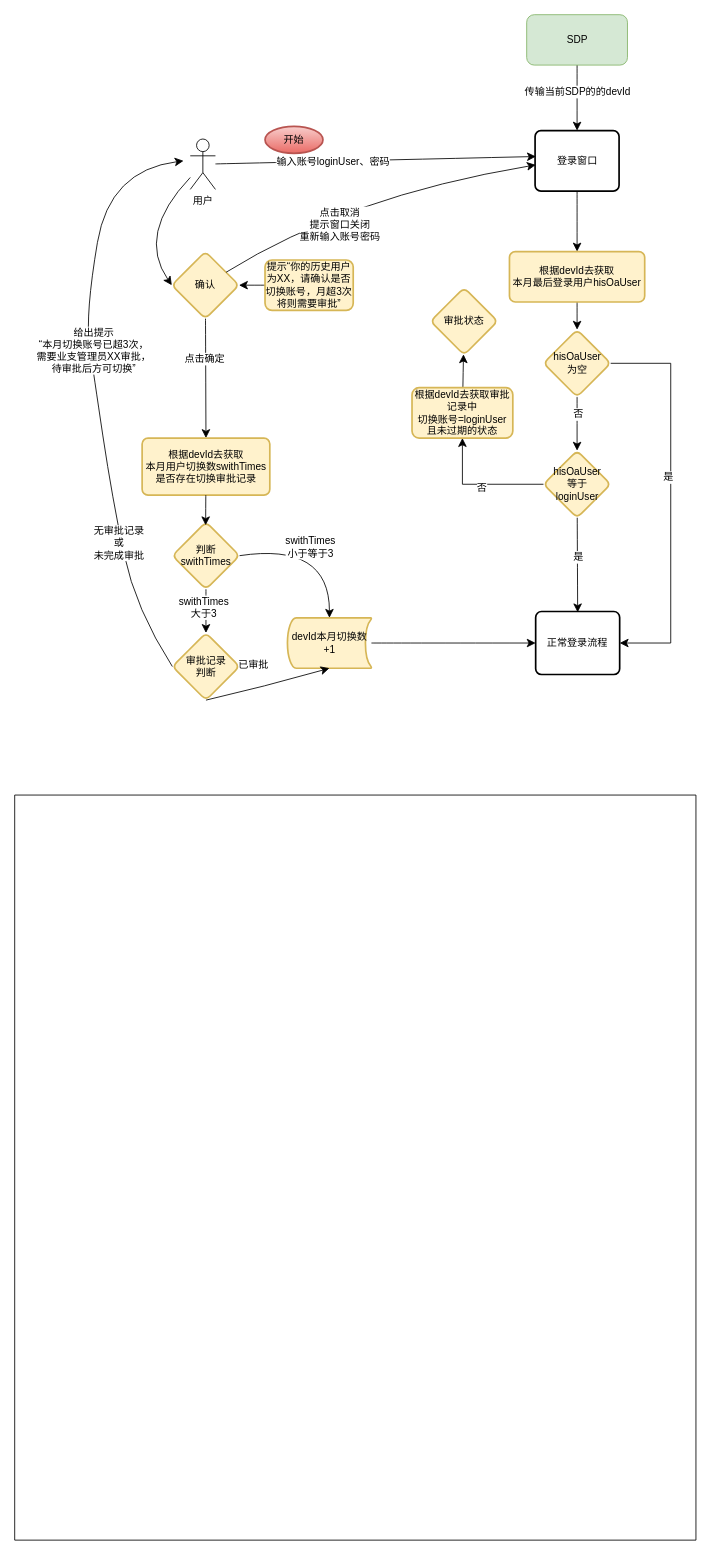
158698706/tt4a keeps this draw.io diagram as page "SDP结合登录流程图-2" (16 of 18) of 系统功能流程图/铁塔4A2024.drawio. Above is the earlier version. Source tidied: cells renumbered, new cells numbered last; positions are measured from the earlier drawing's top-left corner, leaving out a move shared by most shapes. Both pictures are drawn from the tidied source at 84%, with x=0, y=0 at pixel (14, 14).
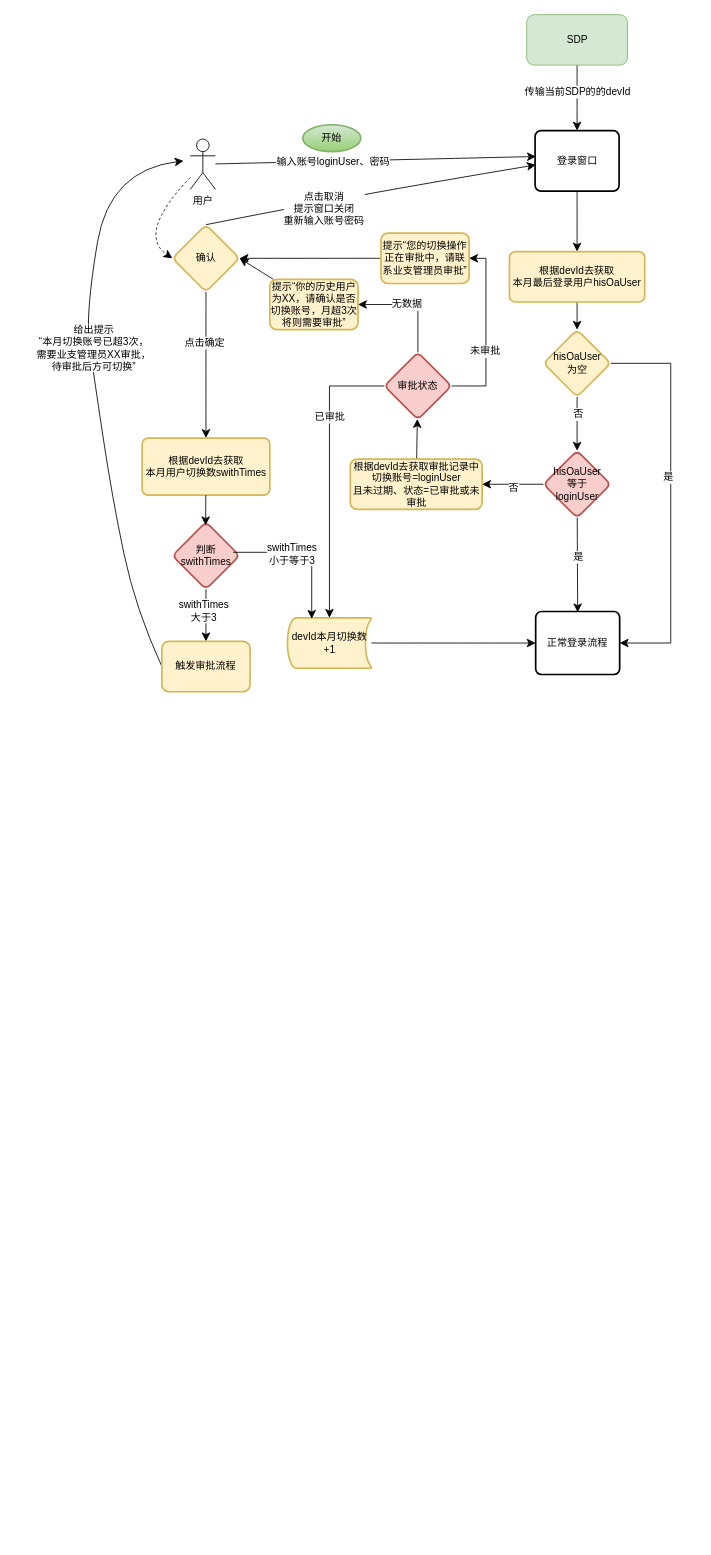
The same diagram, later.

The change refers to these unchanged cells:
```xml
<mxCell id="4" value="用户" style="shape=umlActor;verticalLabelPosition=bottom;verticalAlign=top;html=1;" parent="1" vertex="1">
  <mxGeometry x="209" y="148" width="30" height="60" as="geometry" />
</mxCell>
<mxCell id="6" value="登录窗口" style="rounded=1;whiteSpace=wrap;html=1;absoluteArcSize=1;arcSize=14;strokeWidth=2;" parent="1" vertex="1">
  <mxGeometry x="619.5" y="138" width="100" height="72" as="geometry" />
</mxCell>
<mxCell id="27" value="devId本月切换数&lt;div&gt;+1&lt;/div&gt;" style="strokeWidth=2;html=1;shape=mxgraph.flowchart.stored_data;whiteSpace=wrap;fillColor=#fff2cc;strokeColor=#d6b656;" parent="1" vertex="1">
  <mxGeometry x="324.7" y="718" width="100" height="60" as="geometry" />
</mxCell>
```

What changed in the source:
```diff
@@
-    <mxCell id="2" style="verticalLabelPosition=bottom;verticalAlign=top;html=1;shape=mxgraph.basic.rect;fillColor2=none;strokeWidth=1;size=20;indent=5;strokeColor=default;" parent="1" vertex="1">
-      <mxGeometry y="929" width="811" height="887" as="geometry" />
-    </mxCell>
-    <mxCell id="3" style="edgeStyle=none;curved=1;rounded=0;jettySize=auto;html=1;fontSize=12;startSize=8;endSize=8;entryX=0;entryY=0.5;entryDx=0;entryDy=0;" parent="1" edge="1" source="4" target="23">
+    <mxCell id="3" style="edgeStyle=none;curved=1;rounded=0;jettySize=auto;html=1;fontSize=12;startSize=8;endSize=8;entryX=0;entryY=0.5;entryDx=0;entryDy=0;dashed=1;" parent="1" edge="1" source="4" target="23">
       <mxGeometry relative="1" as="geometry">
         <Array as="points">
           <mxPoint x="145" y="261" />
         </Array>
       </mxGeometry>
     </mxCell>
@@
-    <mxCell id="18" value="&lt;span style=&quot;text-wrap: nowrap;&quot;&gt;hisOaUser&lt;/span&gt;&lt;span style=&quot;text-wrap: nowrap; background-color: transparent;&quot;&gt;等于&lt;/span&gt;&lt;div&gt;&lt;span style=&quot;text-wrap: nowrap; background-color: transparent;&quot;&gt;loginUser&lt;/span&gt;&lt;/div&gt;" style="rhombus;whiteSpace=wrap;html=1;rounded=1;arcSize=14;strokeWidth=2;fillColor=#fff2cc;strokeColor=#d6b656;" parent="1" vertex="1">
+    <mxCell id="18" value="&lt;span style=&quot;text-wrap: nowrap;&quot;&gt;hisOaUser&lt;/span&gt;&lt;span style=&quot;text-wrap: nowrap; background-color: transparent;&quot;&gt;等于&lt;/span&gt;&lt;div&gt;&lt;span style=&quot;text-wrap: nowrap; background-color: transparent;&quot;&gt;loginUser&lt;/span&gt;&lt;/div&gt;" style="rhombus;whiteSpace=wrap;html=1;rounded=1;arcSize=14;strokeWidth=2;fillColor=#f8cecc;strokeColor=#b85450;" parent="1" vertex="1">
       <mxGeometry x="629.5" y="519" width="80" height="80" as="geometry" />
     </mxCell>
@@
     <mxCell id="20" value="提示“你的历史用户为XX，请确认是否切换账号，月超3次将则需要审批”" style="whiteSpace=wrap;html=1;rounded=1;arcSize=14;strokeWidth=2;fillColor=#fff2cc;strokeColor=#d6b656;" parent="1" vertex="1">
-      <mxGeometry x="298" y="292" width="105" height="60" as="geometry" />
+      <mxGeometry x="303.7" y="315" width="105" height="60" as="geometry" />
     </mxCell>
@@
     <mxCell id="23" value="确认" style="rhombus;whiteSpace=wrap;html=1;rounded=1;arcSize=14;strokeWidth=2;fillColor=#fff2cc;strokeColor=#d6b656;" parent="1" vertex="1">
-      <mxGeometry x="187" y="282" width="80" height="80" as="geometry" />
+      <mxGeometry x="187.7" y="250" width="80" height="80" as="geometry" />
     </mxCell>
-    <mxCell id="24" style="edgeStyle=none;curved=1;rounded=0;jettySize=auto;html=1;entryX=0.008;entryY=0.567;entryDx=0;entryDy=0;entryPerimeter=0;fontSize=12;startSize=8;endSize=8;" parent="1" edge="1" source="23" target="6">
+    <mxCell id="24" style="edgeStyle=none;curved=1;rounded=0;jettySize=auto;html=1;entryX=0.008;entryY=0.567;entryDx=0;entryDy=0;entryPerimeter=0;fontSize=12;startSize=8;endSize=8;exitX=0.5;exitY=0;exitDx=0;exitDy=0;" parent="1" edge="1" source="23" target="6">
       <mxGeometry relative="1" as="geometry">
         <Array as="points">
           <mxPoint x="397" y="216" />
         </Array>
       </mxGeometry>
     </mxCell>
     <mxCell id="25" value="点击取消&lt;div&gt;提示窗口关闭&lt;div&gt;&lt;div&gt;重新输入账号密码&lt;/div&gt;&lt;/div&gt;&lt;/div&gt;" style="edgeLabel;html=1;align=center;verticalAlign=middle;fontSize=12;" parent="24" vertex="1">
       <mxGeometry x="-0.35" y="-20" relative="1" as="geometry">
-        <mxPoint x="15" y="-6" as="offset" />
+        <mxPoint x="8" y="-14" as="offset" />
       </mxGeometry>
     </mxCell>
@@
-    <mxCell id="29" style="edgeStyle=none;curved=1;rounded=0;jettySize=auto;html=1;fontSize=12;startSize=8;endSize=8;exitX=0;exitY=0.5;exitDx=0;exitDy=0;" parent="1" edge="1" source="40">
+    <mxCell id="29" style="edgeStyle=none;curved=1;rounded=0;jettySize=auto;html=1;fontSize=12;startSize=8;endSize=8;exitX=0;exitY=0.5;exitDx=0;exitDy=0;" parent="1" edge="1" source="59">
       <mxGeometry relative="1" as="geometry">
         <mxPoint x="201" y="174" as="targetPoint" />
         <Array as="points">
           <mxPoint x="144" y="708" />
           <mxPoint x="116" y="575" />
           <mxPoint x="94" y="428" />
           <mxPoint x="84" y="357" />
           <mxPoint x="113" y="185" />
         </Array>
       </mxGeometry>
     </mxCell>
@@
-    <mxCell id="31" value="无审批记录&lt;div&gt;或&lt;/div&gt;&lt;div&gt;未完成审批&lt;/div&gt;" style="edgeLabel;html=1;align=center;verticalAlign=middle;fontSize=12;" parent="29" vertex="1">
-      <mxGeometry x="-0.65" y="-4" relative="1" as="geometry">
-        <mxPoint x="-16" y="-37" as="offset" />
-      </mxGeometry>
-    </mxCell>
-    <mxCell id="32" style="edgeStyle=none;curved=1;rounded=0;jettySize=auto;html=1;fontSize=12;startSize=8;endSize=8;" parent="1" edge="1" source="35" target="40">
+    <mxCell id="32" style="edgeStyle=none;curved=1;rounded=0;jettySize=auto;html=1;fontSize=12;startSize=8;endSize=8;entryX=0.5;entryY=0;entryDx=0;entryDy=0;" parent="1" edge="1" source="35" target="59">
       <mxGeometry relative="1" as="geometry" />
     </mxCell>
@@
-    <mxCell id="35" value="判断swithTimes" style="rhombus;whiteSpace=wrap;html=1;rounded=1;arcSize=14;strokeWidth=2;fillColor=#fff2cc;strokeColor=#d6b656;" parent="1" vertex="1">
+    <mxCell id="35" value="判断swithTimes" style="rhombus;whiteSpace=wrap;html=1;rounded=1;arcSize=14;strokeWidth=2;fillColor=#f8cecc;strokeColor=#b85450;" parent="1" vertex="1">
       <mxGeometry x="187.7" y="604" width="80" height="80" as="geometry" />
     </mxCell>
-    <mxCell id="36" style="edgeStyle=none;curved=1;rounded=0;jettySize=auto;html=1;fontSize=12;startSize=8;endSize=8;exitX=1;exitY=0.5;exitDx=0;exitDy=0;entryX=0.5;entryY=0;entryDx=0;entryDy=0;entryPerimeter=0;" parent="1" edge="1" source="35" target="27">
-      <mxGeometry relative="1" as="geometry">
-        <Array as="points">
-          <mxPoint x="374.7" y="628" />
-        </Array>
-      </mxGeometry>
+    <mxCell id="36" style="rounded=0;jettySize=auto;html=1;fontSize=12;startSize=8;endSize=8;exitX=0.904;exitY=0.45;exitDx=0;exitDy=0;entryX=0.289;entryY=0.02;entryDx=0;entryDy=0;entryPerimeter=0;exitPerimeter=0;edgeStyle=orthogonalEdgeStyle;" parent="1" edge="1" source="35" target="27">
+      <mxGeometry relative="1" as="geometry" />
     </mxCell>
     <mxCell id="37" value="&lt;span style=&quot;text-wrap: wrap;&quot;&gt;swithTimes&lt;/span&gt;&lt;div&gt;&lt;span style=&quot;text-wrap: wrap;&quot;&gt;小于等于3&lt;/span&gt;&lt;/div&gt;" style="edgeLabel;html=1;align=center;verticalAlign=middle;fontSize=12;" parent="36" vertex="1">
-      <mxGeometry x="-0.15" y="-2" relative="1" as="geometry" />
+      <mxGeometry x="-0.15" y="-2" relative="1" as="geometry">
+        <mxPoint x="-4" y="-1" as="offset" />
+      </mxGeometry>
     </mxCell>
-    <mxCell id="38" value="根据devId去获取&lt;div&gt;&lt;span style=&quot;background-color: transparent;&quot;&gt;本月用户切换数swithTimes&lt;/span&gt;&lt;br&gt;&lt;/div&gt;&lt;div&gt;&lt;span style=&quot;background-color: transparent;&quot;&gt;是否存在切换审批记录&lt;/span&gt;&lt;/div&gt;" style="rounded=1;whiteSpace=wrap;html=1;absoluteArcSize=1;arcSize=14;strokeWidth=2;fillColor=#fff2cc;strokeColor=#d6b656;" parent="1" vertex="1">
+    <mxCell id="38" value="根据devId去获取&lt;div&gt;&lt;span style=&quot;background-color: transparent;&quot;&gt;本月用户切换数swithTimes&lt;/span&gt;&lt;/div&gt;" style="rounded=1;whiteSpace=wrap;html=1;absoluteArcSize=1;arcSize=14;strokeWidth=2;fillColor=#fff2cc;strokeColor=#d6b656;" parent="1" vertex="1">
       <mxGeometry x="151.7" y="504" width="152" height="68" as="geometry" />
     </mxCell>
@@
-    <mxCell id="40" value="&lt;div&gt;审批记录&lt;/div&gt;&lt;div&gt;判断&lt;/div&gt;" style="rhombus;whiteSpace=wrap;html=1;rounded=1;arcSize=14;strokeWidth=2;fillColor=#fff2cc;strokeColor=#d6b656;" parent="1" vertex="1">
-      <mxGeometry x="187.7" y="736" width="80" height="80" as="geometry" />
-    </mxCell>
-    <mxCell id="41" style="edgeStyle=none;curved=1;rounded=0;jettySize=auto;html=1;entryX=0.5;entryY=1;entryDx=0;entryDy=0;entryPerimeter=0;fontSize=12;startSize=8;endSize=8;exitX=0.5;exitY=1;exitDx=0;exitDy=0;" parent="1" edge="1" source="40" target="27">
-      <mxGeometry relative="1" as="geometry">
-        <Array as="points">
-          <mxPoint x="297" y="800" />
-        </Array>
-      </mxGeometry>
-    </mxCell>
-    <mxCell id="42" value="已审批" style="edgeLabel;html=1;align=center;verticalAlign=middle;fontSize=12;" parent="41" vertex="1">
-      <mxGeometry x="-0.25" relative="1" as="geometry">
-        <mxPoint y="-30" as="offset" />
-      </mxGeometry>
-    </mxCell>
-    <mxCell id="43" value="开始" style="strokeWidth=2;html=1;shape=mxgraph.flowchart.start_1;whiteSpace=wrap;fillColor=#f8cecc;strokeColor=#b85450;gradientColor=#ea6b66;" parent="1" vertex="1">
-      <mxGeometry x="298" y="133" width="69" height="32" as="geometry" />
+    <mxCell id="43" value="开始" style="strokeWidth=2;html=1;shape=mxgraph.flowchart.start_1;whiteSpace=wrap;fillColor=#d5e8d4;strokeColor=#82b366;gradientColor=#97d077;" parent="1" vertex="1">
+      <mxGeometry x="343" y="131" width="69" height="32" as="geometry" />
     </mxCell>
@@
-    <mxCell id="45" value="根据devId去获取审批记录中&lt;div&gt;&lt;span style=&quot;background-color: transparent;&quot;&gt;切换账号=loginUser&lt;/span&gt;&lt;/div&gt;&lt;div&gt;且未过期的状态&lt;/div&gt;" style="whiteSpace=wrap;html=1;fillColor=#fff2cc;strokeColor=#d6b656;rounded=1;arcSize=14;strokeWidth=2;" parent="1" vertex="1">
-      <mxGeometry x="473" y="444" width="120" height="60" as="geometry" />
+    <mxCell id="45" value="根据devId去获取审批记录中&lt;div&gt;&lt;span style=&quot;background-color: transparent;&quot;&gt;切换账号=loginUser&lt;/span&gt;&lt;/div&gt;&lt;div&gt;且未过期、状态=已审批或未审批&lt;/div&gt;" style="whiteSpace=wrap;html=1;fillColor=#fff2cc;strokeColor=#d6b656;rounded=1;arcSize=14;strokeWidth=2;" parent="1" vertex="1">
+      <mxGeometry x="399.5" y="529" width="157" height="60" as="geometry" />
     </mxCell>
@@
+    <mxCell id="52" style="edgeStyle=orthogonalEdgeStyle;rounded=0;jettySize=auto;html=1;entryX=1;entryY=0.5;entryDx=0;entryDy=0;fontSize=12;startSize=8;endSize=8;" parent="1" edge="1" source="51" target="57">
+      <mxGeometry relative="1" as="geometry">
+        <Array as="points">
+          <mxPoint x="561" y="442" />
+          <mxPoint x="561" y="290" />
+        </Array>
+      </mxGeometry>
+    </mxCell>
+    <mxCell id="53" value="未审批" style="edgeLabel;html=1;align=center;verticalAlign=middle;fontSize=12;" parent="52" vertex="1">
+      <mxGeometry x="-0.22" y="2" relative="1" as="geometry" />
+    </mxCell>
-    <mxCell id="51" value="审批状态" style="rhombus;whiteSpace=wrap;html=1;fillColor=#fff2cc;strokeColor=#d6b656;rounded=1;arcSize=14;strokeWidth=2;" parent="1" vertex="1">
-      <mxGeometry x="495" y="325" width="80" height="80" as="geometry" />
+    <mxCell id="51" value="审批状态" style="rhombus;whiteSpace=wrap;html=1;fillColor=#f8cecc;strokeColor=#b85450;rounded=1;arcSize=14;strokeWidth=2;" parent="1" vertex="1">
+      <mxGeometry x="440" y="402" width="80" height="80" as="geometry" />
     </mxCell>
+    <mxCell id="54" style="edgeStyle=orthogonalEdgeStyle;rounded=0;jettySize=auto;html=1;entryX=1;entryY=0.5;entryDx=0;entryDy=0;fontSize=12;startSize=8;endSize=8;exitX=0.5;exitY=0;exitDx=0;exitDy=0;" parent="1" edge="1" source="51" target="20">
+      <mxGeometry relative="1" as="geometry" />
+    </mxCell>
+    <mxCell id="55" value="无数据" style="edgeLabel;html=1;align=center;verticalAlign=middle;fontSize=12;" parent="54" vertex="1">
+      <mxGeometry x="0.1" y="-1" relative="1" as="geometry" />
+    </mxCell>
+    <mxCell id="56" style="edgeStyle=none;curved=1;rounded=0;jettySize=auto;html=1;entryX=1;entryY=0.5;entryDx=0;entryDy=0;fontSize=12;startSize=8;endSize=8;" parent="1" edge="1" source="57" target="23">
+      <mxGeometry relative="1" as="geometry" />
+    </mxCell>
+    <mxCell id="57" value="提示“您的切换操作正在审批中，请联系业支管理员审批”" style="whiteSpace=wrap;html=1;rounded=1;arcSize=14;strokeWidth=2;fillColor=#fff2cc;strokeColor=#d6b656;" parent="1" vertex="1">
+      <mxGeometry x="436" y="260" width="105" height="60" as="geometry" />
+    </mxCell>
+    <mxCell id="58" style="edgeStyle=orthogonalEdgeStyle;rounded=0;jettySize=auto;html=1;entryX=0.5;entryY=0;entryDx=0;entryDy=0;entryPerimeter=0;fontSize=12;startSize=8;endSize=8;" parent="1" edge="1" source="51" target="27">
+      <mxGeometry relative="1" as="geometry" />
+    </mxCell>
+    <mxCell id="42" value="已审批" style="edgeLabel;html=1;align=center;verticalAlign=middle;fontSize=12;" parent="58" vertex="1">
+      <mxGeometry x="-0.4" relative="1" as="geometry" />
+    </mxCell>
+    <mxCell id="59" value="触发审批流程" style="whiteSpace=wrap;html=1;rounded=1;arcSize=14;strokeWidth=2;fillColor=#fff2cc;strokeColor=#d6b656;" parent="1" vertex="1">
+      <mxGeometry x="175.2" y="746" width="105" height="60" as="geometry" />
+    </mxCell>
```
